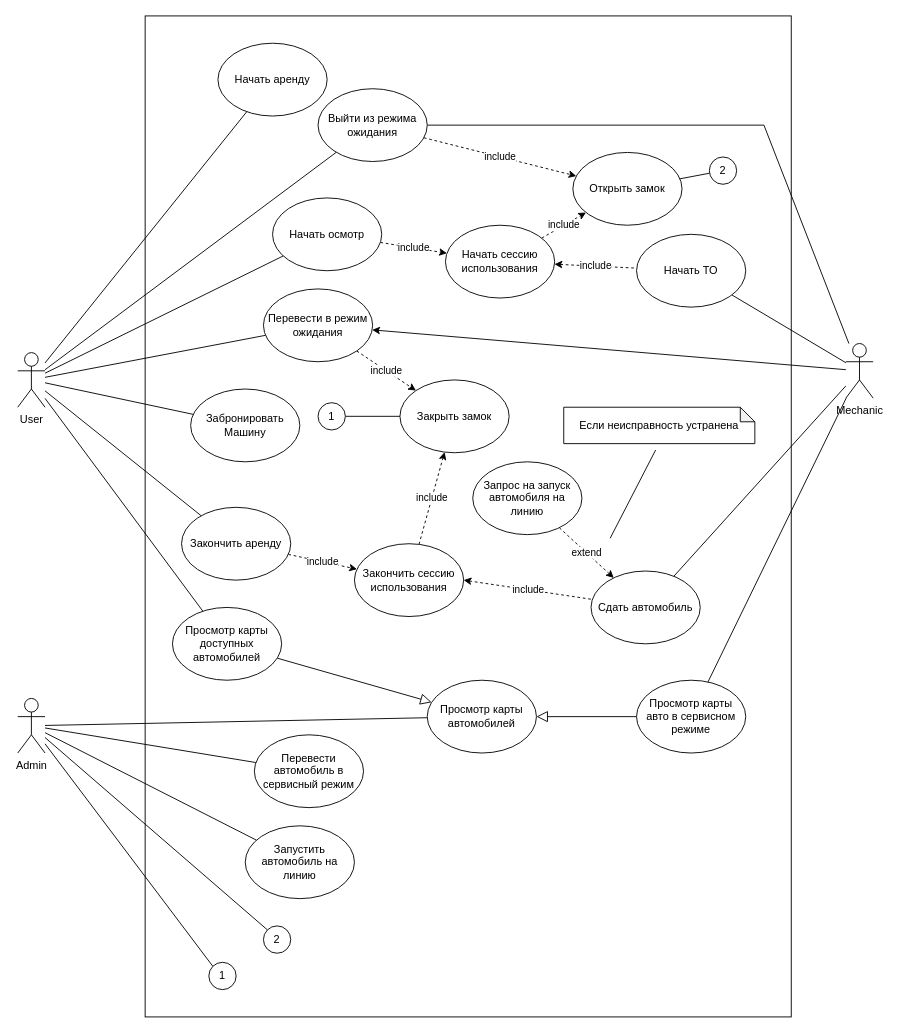
car-sharing-proto/mvp keeps this draw.io diagram as doc/use-case.drawio. Above is the earlier version. Source tidied: cells renumbered, new cells numbered last; positions are measured from the earlier drawing's top-left corner, leaving out a move shared by most shapes. Both pictures are drawn from the tidied source at 91%, with x=0, y=0 at pixel (17, 15).
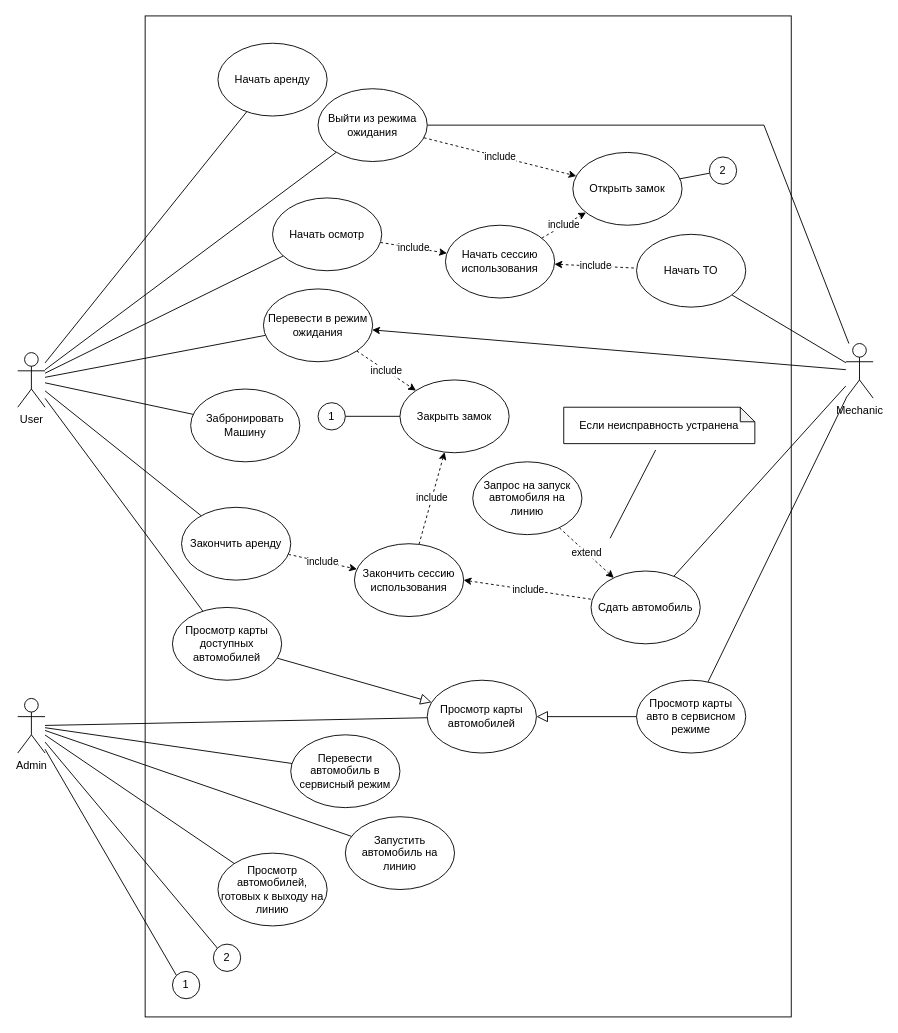
Above is the later version.

Unchanged cells that the change refers to:
```xml
<mxCell id="16" value="Admin" style="shape=umlActor;verticalLabelPosition=bottom;verticalAlign=top;html=1;outlineConnect=0;" parent="1" vertex="1">
  <mxGeometry y="750" width="30" height="60" as="geometry" />
</mxCell>
```

Diff of the diagram source:
```diff
@@
+    <mxCell id="60" style="rounded=0;jettySize=auto;html=1;endArrow=none;endFill=0;" parent="1" edge="1" source="16" target="61">
+      <mxGeometry relative="1" as="geometry" />
+    </mxCell>
@@
     <mxCell id="41" value="Перевести автомобиль в сервисный режим" style="ellipse;whiteSpace=wrap;html=1;" parent="1" vertex="1">
-      <mxGeometry x="260" y="790" width="120" height="80" as="geometry" />
+      <mxGeometry x="300" y="790" width="120" height="80" as="geometry" />
     </mxCell>
     <mxCell id="42" value="Запустить автомобиль на линию" style="ellipse;whiteSpace=wrap;html=1;" parent="1" vertex="1">
-      <mxGeometry x="250" y="890" width="120" height="80" as="geometry" />
+      <mxGeometry x="360" y="880" width="120" height="80" as="geometry" />
     </mxCell>
@@
     <mxCell id="53" value="1" style="ellipse;whiteSpace=wrap;html=1;" parent="1" vertex="1">
-      <mxGeometry x="210" y="1040" width="30" height="30" as="geometry" />
+      <mxGeometry x="170" y="1050" width="30" height="30" as="geometry" />
     </mxCell>
     <mxCell id="54" value="2" style="ellipse;whiteSpace=wrap;html=1;" parent="1" vertex="1">
-      <mxGeometry x="270" y="1000" width="30" height="30" as="geometry" />
+      <mxGeometry x="215" y="1020" width="30" height="30" as="geometry" />
     </mxCell>
@@
+    <mxCell id="61" value="Просмотр автомобилей, готовых к выходу на линию" style="ellipse;whiteSpace=wrap;html=1;" parent="1" vertex="1">
+      <mxGeometry x="220" y="920" width="120" height="80" as="geometry" />
+    </mxCell>
```
